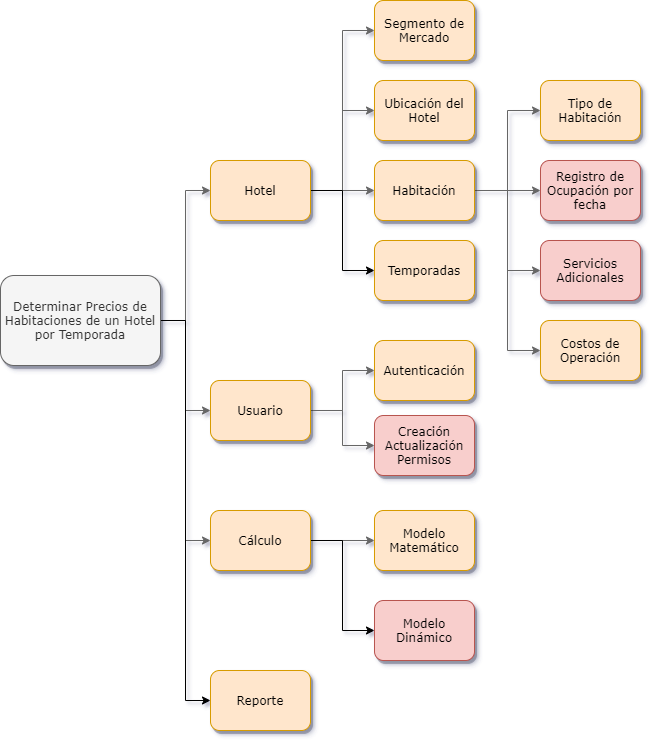
Above: Diseño/G2M2_1_sprint1.png in Mikheltodd/olinguito (draw.io), before the change. Source tidied: cells renumbered, new cells last; positions are measured from the earlier drawing's top-left corner, leaving out a move shared by most shapes.
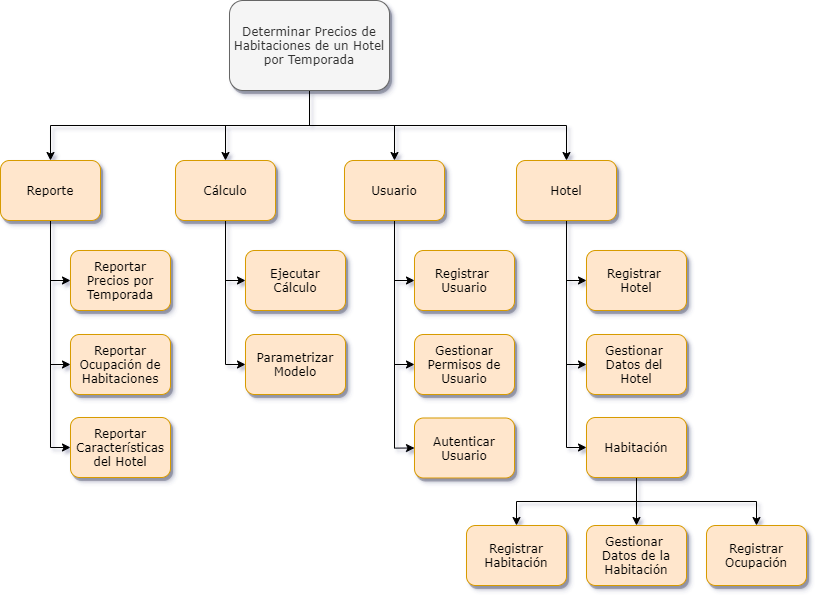
After the change.

Commit message:
Modificación Sprint 1

Modificación al árbol de descomposición funcional

The edit, as a diff of the source:
```diff
@@ -2,108 +2,116 @@
   <root>
     <mxCell id="0" />
     <mxCell id="1" parent="0" />
-    <mxCell id="2" style="edgeStyle=orthogonalEdgeStyle;rounded=0;jettySize=auto;html=1;exitX=1;exitY=0.5;exitDx=0;exitDy=0;entryX=0;entryY=0.5;entryDx=0;entryDy=0;fontFamily=Verdana;fillColor=#f5f5f5;strokeColor=#666666;" parent="1" edge="1" source="6" target="27">
+    <mxCell id="2" style="edgeStyle=orthogonalEdgeStyle;rounded=0;jettySize=auto;html=1;exitX=0.5;exitY=1;exitDx=0;exitDy=0;entryX=0.5;entryY=0;entryDx=0;entryDy=0;" parent="1" edge="1" source="6" target="31">
       <mxGeometry relative="1" as="geometry" />
     </mxCell>
-    <mxCell id="3" style="edgeStyle=orthogonalEdgeStyle;rounded=0;jettySize=auto;html=1;exitX=1;exitY=0.5;exitDx=0;exitDy=0;entryX=0;entryY=0.5;entryDx=0;entryDy=0;fontFamily=Verdana;fillColor=#f5f5f5;strokeColor=#666666;" parent="1" edge="1" source="6" target="14">
+    <mxCell id="3" style="edgeStyle=orthogonalEdgeStyle;rounded=0;jettySize=auto;html=1;exitX=0.5;exitY=1;exitDx=0;exitDy=0;entryX=0.5;entryY=0;entryDx=0;entryDy=0;" parent="1" edge="1" source="6" target="24">
       <mxGeometry relative="1" as="geometry" />
     </mxCell>
-    <mxCell id="4" style="edgeStyle=orthogonalEdgeStyle;rounded=0;jettySize=auto;html=1;exitX=1;exitY=0.5;exitDx=0;exitDy=0;entryX=0;entryY=0.5;entryDx=0;entryDy=0;fontFamily=Verdana;fillColor=#f5f5f5;strokeColor=#666666;" parent="1" edge="1" source="6" target="11">
+    <mxCell id="4" style="edgeStyle=orthogonalEdgeStyle;rounded=0;jettySize=auto;html=1;exitX=0.5;exitY=1;exitDx=0;exitDy=0;entryX=0.5;entryY=0;entryDx=0;entryDy=0;" parent="1" edge="1" source="6" target="14">
       <mxGeometry relative="1" as="geometry" />
     </mxCell>
-    <mxCell id="5" style="edgeStyle=orthogonalEdgeStyle;rounded=0;jettySize=auto;html=1;exitX=1;exitY=0.5;exitDx=0;exitDy=0;entryX=0;entryY=0.5;entryDx=0;entryDy=0;fontFamily=Verdana;" parent="1" edge="1" source="6" target="34">
+    <mxCell id="5" style="edgeStyle=orthogonalEdgeStyle;rounded=0;jettySize=auto;html=1;exitX=0.5;exitY=1;exitDx=0;exitDy=0;" parent="1" edge="1" source="6" target="10">
       <mxGeometry relative="1" as="geometry" />
     </mxCell>
     <mxCell id="6" value="Determinar Precios de Habitaciones de un Hotel por Temporada" style="rounded=1;whiteSpace=wrap;html=1;glass=0;shadow=1;fontFamily=Verdana;fillColor=#f5f5f5;strokeColor=#666666;fontColor=#333333;" parent="1" vertex="1">
-      <mxGeometry y="275" width="160" height="90" as="geometry" />
+      <mxGeometry x="220" y="-100" width="160" height="90" as="geometry" />
     </mxCell>
-    <mxCell id="7" style="edgeStyle=orthogonalEdgeStyle;rounded=0;jettySize=auto;html=1;exitX=1;exitY=0.5;exitDx=0;exitDy=0;entryX=0;entryY=0.5;entryDx=0;entryDy=0;fontFamily=Verdana;fillColor=#f5f5f5;strokeColor=#666666;" parent="1" edge="1" source="11" target="20">
+    <mxCell id="7" style="edgeStyle=orthogonalEdgeStyle;rounded=0;jettySize=auto;html=1;exitX=0.5;exitY=1;exitDx=0;exitDy=0;entryX=0;entryY=0.5;entryDx=0;entryDy=0;" parent="1" edge="1" source="10" target="21">
       <mxGeometry relative="1" as="geometry" />
     </mxCell>
-    <mxCell id="8" style="edgeStyle=orthogonalEdgeStyle;rounded=0;jettySize=auto;html=1;exitX=1;exitY=0.5;exitDx=0;exitDy=0;entryX=0;entryY=0.5;entryDx=0;entryDy=0;fontFamily=Verdana;fillColor=#f5f5f5;strokeColor=#666666;" parent="1" edge="1" source="11" target="21">
+    <mxCell id="8" style="edgeStyle=orthogonalEdgeStyle;rounded=0;jettySize=auto;html=1;exitX=0.5;exitY=1;exitDx=0;exitDy=0;entryX=0;entryY=0.5;entryDx=0;entryDy=0;" parent="1" edge="1" source="10" target="19">
       <mxGeometry relative="1" as="geometry" />
     </mxCell>
-    <mxCell id="9" style="edgeStyle=orthogonalEdgeStyle;rounded=0;jettySize=auto;html=1;exitX=1;exitY=0.5;exitDx=0;exitDy=0;entryX=0;entryY=0.5;entryDx=0;entryDy=0;fontFamily=Verdana;fillColor=#f5f5f5;strokeColor=#666666;" parent="1" edge="1" source="11" target="24">
+    <mxCell id="9" style="edgeStyle=orthogonalEdgeStyle;rounded=0;jettySize=auto;html=1;exitX=0.5;exitY=1;exitDx=0;exitDy=0;entryX=0;entryY=0.5;entryDx=0;entryDy=0;" parent="1" edge="1" source="10" target="18">
       <mxGeometry relative="1" as="geometry" />
     </mxCell>
-    <mxCell id="10" style="edgeStyle=orthogonalEdgeStyle;rounded=0;jettySize=auto;html=1;exitX=1;exitY=0.5;exitDx=0;exitDy=0;entryX=0;entryY=0.5;entryDx=0;entryDy=0;fontFamily=Verdana;" parent="1" edge="1" source="11" target="15">
-      <mxGeometry relative="1" as="geometry" />
+    <mxCell id="10" value="Hotel" style="rounded=1;whiteSpace=wrap;html=1;glass=0;shadow=1;fontFamily=Verdana;fillColor=#ffe6cc;strokeColor=#d79b00;" parent="1" vertex="1">
+      <mxGeometry x="507" y="60" width="100" height="60" as="geometry" />
     </mxCell>
-    <mxCell id="11" value="Hotel" style="rounded=1;whiteSpace=wrap;html=1;glass=0;shadow=1;fontFamily=Verdana;fillColor=#ffe6cc;strokeColor=#d79b00;" parent="1" vertex="1">
-      <mxGeometry x="210" y="160" width="100" height="60" as="geometry" />
+    <mxCell id="11" style="edgeStyle=orthogonalEdgeStyle;rounded=0;jettySize=auto;html=1;exitX=0.5;exitY=1;exitDx=0;exitDy=0;entryX=0;entryY=0.5;entryDx=0;entryDy=0;" parent="1" edge="1" source="14" target="36">
+      <mxGeometry relative="1" as="geometry" />
     </mxCell>
-    <mxCell id="12" style="edgeStyle=orthogonalEdgeStyle;rounded=0;jettySize=auto;html=1;exitX=1;exitY=0.5;exitDx=0;exitDy=0;entryX=0;entryY=0.5;entryDx=0;entryDy=0;fontFamily=Verdana;fillColor=#f5f5f5;strokeColor=#666666;" parent="1" edge="1" target="29">
-      <mxGeometry relative="1" as="geometry">
-        <mxPoint x="310" y="410" as="sourcePoint" />
-      </mxGeometry>
+    <mxCell id="12" style="edgeStyle=orthogonalEdgeStyle;rounded=0;jettySize=auto;html=1;exitX=0.5;exitY=1;exitDx=0;exitDy=0;entryX=0;entryY=0.5;entryDx=0;entryDy=0;" parent="1" edge="1" source="14" target="26">
+      <mxGeometry relative="1" as="geometry" />
     </mxCell>
-    <mxCell id="13" style="edgeStyle=orthogonalEdgeStyle;rounded=0;jettySize=auto;html=1;exitX=1;exitY=0.5;exitDx=0;exitDy=0;entryX=0;entryY=0.5;entryDx=0;entryDy=0;fontFamily=Verdana;fillColor=#f5f5f5;strokeColor=#666666;" parent="1" edge="1" target="30">
-      <mxGeometry relative="1" as="geometry">
-        <mxPoint x="310" y="410" as="sourcePoint" />
-      </mxGeometry>
+    <mxCell id="13" style="edgeStyle=orthogonalEdgeStyle;rounded=0;jettySize=auto;html=1;exitX=0.5;exitY=1;exitDx=0;exitDy=0;entryX=0;entryY=0.5;entryDx=0;entryDy=0;" parent="1" edge="1" source="14" target="35">
+      <mxGeometry relative="1" as="geometry" />
     </mxCell>
     <mxCell id="14" value="Usuario" style="rounded=1;whiteSpace=wrap;html=1;glass=0;shadow=1;fontFamily=Verdana;fillColor=#ffe6cc;strokeColor=#d79b00;" parent="1" vertex="1">
-      <mxGeometry x="210" y="380" width="100" height="60" as="geometry" />
+      <mxGeometry x="335" y="60" width="100" height="60" as="geometry" />
     </mxCell>
-    <mxCell id="15" value="Temporadas" style="rounded=1;whiteSpace=wrap;html=1;glass=0;shadow=1;fontFamily=Verdana;fillColor=#ffe6cc;strokeColor=#d79b00;" parent="1" vertex="1">
-      <mxGeometry x="374" y="240" width="100" height="60" as="geometry" />
+    <mxCell id="15" style="edgeStyle=orthogonalEdgeStyle;rounded=0;jettySize=auto;html=1;exitX=0.5;exitY=1;exitDx=0;exitDy=0;entryX=0.5;entryY=0;entryDx=0;entryDy=0;" parent="1" edge="1" source="18" target="20">
+      <mxGeometry relative="1" as="geometry" />
     </mxCell>
-    <mxCell id="16" style="edgeStyle=orthogonalEdgeStyle;rounded=0;jettySize=auto;html=1;exitX=1;exitY=0.5;exitDx=0;exitDy=0;entryX=0;entryY=0.5;entryDx=0;entryDy=0;fontFamily=Verdana;fillColor=#f5f5f5;strokeColor=#666666;" parent="1" edge="1" source="20" target="22">
+    <mxCell id="16" style="edgeStyle=orthogonalEdgeStyle;rounded=0;jettySize=auto;html=1;exitX=0.5;exitY=1;exitDx=0;exitDy=0;entryX=0.5;entryY=0;entryDx=0;entryDy=0;" parent="1" edge="1" source="18" target="27">
       <mxGeometry relative="1" as="geometry" />
     </mxCell>
-    <mxCell id="17" style="edgeStyle=orthogonalEdgeStyle;rounded=0;jettySize=auto;html=1;exitX=1;exitY=0.5;exitDx=0;exitDy=0;fontFamily=Verdana;fillColor=#f5f5f5;strokeColor=#666666;" parent="1" edge="1" source="20" target="23">
+    <mxCell id="17" style="edgeStyle=orthogonalEdgeStyle;rounded=0;jettySize=auto;html=1;exitX=0.5;exitY=1;exitDx=0;exitDy=0;entryX=0.5;entryY=0;entryDx=0;entryDy=0;" parent="1" edge="1" source="18" target="37">
       <mxGeometry relative="1" as="geometry" />
     </mxCell>
-    <mxCell id="18" style="edgeStyle=orthogonalEdgeStyle;rounded=0;jettySize=auto;html=1;exitX=1;exitY=0.5;exitDx=0;exitDy=0;entryX=0;entryY=0.5;entryDx=0;entryDy=0;fontFamily=Verdana;fillColor=#f5f5f5;strokeColor=#666666;" parent="1" edge="1" source="20" target="31">
-      <mxGeometry relative="1" as="geometry" />
+    <mxCell id="18" value="Habitación" style="rounded=1;whiteSpace=wrap;html=1;glass=0;shadow=1;fontFamily=Verdana;fillColor=#ffe6cc;strokeColor=#d79b00;" parent="1" vertex="1">
+      <mxGeometry x="577" y="317" width="100" height="60" as="geometry" />
     </mxCell>
-    <mxCell id="19" style="edgeStyle=orthogonalEdgeStyle;rounded=0;jettySize=auto;html=1;exitX=1;exitY=0.5;exitDx=0;exitDy=0;entryX=0;entryY=0.5;entryDx=0;entryDy=0;fontFamily=Verdana;fillColor=#f5f5f5;strokeColor=#666666;" parent="1" edge="1" source="20" target="32">
-      <mxGeometry relative="1" as="geometry" />
+    <mxCell id="19" value="Gestionar &lt;br&gt;Datos del &lt;br&gt;Hotel" style="rounded=1;whiteSpace=wrap;html=1;glass=0;shadow=1;fontFamily=Verdana;fillColor=#ffe6cc;strokeColor=#d79b00;" parent="1" vertex="1">
+      <mxGeometry x="577" y="234" width="100" height="60" as="geometry" />
     </mxCell>
-    <mxCell id="20" value="Habitación" style="rounded=1;whiteSpace=wrap;html=1;glass=0;shadow=1;fontFamily=Verdana;fillColor=#ffe6cc;strokeColor=#d79b00;" parent="1" vertex="1">
-      <mxGeometry x="374" y="160" width="100" height="60" as="geometry" />
+    <mxCell id="20" value="Registrar&lt;br&gt;Habitación" style="rounded=1;whiteSpace=wrap;html=1;glass=0;shadow=1;fontFamily=Verdana;fillColor=#ffe6cc;strokeColor=#d79b00;" parent="1" vertex="1">
+      <mxGeometry x="457" y="425" width="100" height="60" as="geometry" />
     </mxCell>
-    <mxCell id="21" value="Ubicación del Hotel" style="rounded=1;whiteSpace=wrap;html=1;glass=0;shadow=1;fontFamily=Verdana;fillColor=#ffe6cc;strokeColor=#d79b00;" parent="1" vertex="1">
-      <mxGeometry x="374" y="80" width="100" height="60" as="geometry" />
+    <mxCell id="21" value="Registrar &lt;br&gt;Hotel" style="rounded=1;whiteSpace=wrap;html=1;glass=0;shadow=1;fontFamily=Verdana;fillColor=#ffe6cc;strokeColor=#d79b00;" parent="1" vertex="1">
+      <mxGeometry x="577" y="150" width="100" height="60" as="geometry" />
     </mxCell>
-    <mxCell id="22" value="Tipo de Habitación" style="rounded=1;whiteSpace=wrap;html=1;glass=0;shadow=1;fontFamily=Verdana;fillColor=#ffe6cc;strokeColor=#d79b00;" parent="1" vertex="1">
-      <mxGeometry x="540" y="80" width="100" height="60" as="geometry" />
+    <mxCell id="22" style="edgeStyle=orthogonalEdgeStyle;rounded=0;jettySize=auto;html=1;exitX=0.5;exitY=1;exitDx=0;exitDy=0;entryX=0;entryY=0.5;entryDx=0;entryDy=0;" parent="1" edge="1" source="24" target="25">
+      <mxGeometry relative="1" as="geometry" />
     </mxCell>
-    <mxCell id="23" value="Registro de Ocupación por fecha" style="rounded=1;whiteSpace=wrap;html=1;glass=0;shadow=1;fontFamily=Verdana;fillColor=#f8cecc;strokeColor=#b85450;" parent="1" vertex="1">
-      <mxGeometry x="540" y="160" width="100" height="60" as="geometry" />
+    <mxCell id="23" style="edgeStyle=orthogonalEdgeStyle;rounded=0;jettySize=auto;html=1;exitX=0.5;exitY=1;exitDx=0;exitDy=0;entryX=0;entryY=0.5;entryDx=0;entryDy=0;" parent="1" edge="1" source="24" target="38">
+      <mxGeometry relative="1" as="geometry" />
     </mxCell>
-    <mxCell id="24" value="Segmento de Mercado" style="rounded=1;whiteSpace=wrap;html=1;glass=0;shadow=1;fontFamily=Verdana;fillColor=#ffe6cc;strokeColor=#d79b00;" parent="1" vertex="1">
-      <mxGeometry x="374" width="100" height="60" as="geometry" />
+    <mxCell id="24" value="Cálculo" style="rounded=1;whiteSpace=wrap;html=1;glass=0;shadow=1;fontFamily=Verdana;fillColor=#ffe6cc;strokeColor=#d79b00;" parent="1" vertex="1">
+      <mxGeometry x="166" y="60" width="100" height="60" as="geometry" />
     </mxCell>
-    <mxCell id="25" style="edgeStyle=orthogonalEdgeStyle;rounded=0;jettySize=auto;html=1;exitX=1;exitY=0.5;exitDx=0;exitDy=0;entryX=0;entryY=0.5;entryDx=0;entryDy=0;fontFamily=Verdana;fillColor=#f5f5f5;strokeColor=#666666;" parent="1" edge="1" source="27" target="28">
-      <mxGeometry relative="1" as="geometry" />
+    <mxCell id="25" value="Ejecutar&lt;br&gt;Cálculo" style="rounded=1;whiteSpace=wrap;html=1;glass=0;shadow=1;fontFamily=Verdana;fillColor=#ffe6cc;strokeColor=#d79b00;" parent="1" vertex="1">
+      <mxGeometry x="236" y="150" width="100" height="60" as="geometry" />
     </mxCell>
-    <mxCell id="26" style="edgeStyle=orthogonalEdgeStyle;rounded=0;jettySize=auto;html=1;exitX=1;exitY=0.5;exitDx=0;exitDy=0;entryX=0;entryY=0.5;entryDx=0;entryDy=0;fontFamily=Verdana;" parent="1" edge="1" source="27" target="33">
-      <mxGeometry relative="1" as="geometry" />
+    <mxCell id="26" value="Gestionar Permisos de Usuario" style="rounded=1;whiteSpace=wrap;html=1;glass=0;shadow=1;fontFamily=Verdana;fillColor=#ffe6cc;strokeColor=#d79b00;" parent="1" vertex="1">
+      <mxGeometry x="405" y="234" width="100" height="60" as="geometry" />
     </mxCell>
-    <mxCell id="27" value="Cálculo" style="rounded=1;whiteSpace=wrap;html=1;glass=0;shadow=1;fontFamily=Verdana;fillColor=#ffe6cc;strokeColor=#d79b00;" parent="1" vertex="1">
-      <mxGeometry x="210" y="510" width="100" height="60" as="geometry" />
+    <mxCell id="27" value="Gestionar &lt;br&gt;Datos de la Habitación" style="rounded=1;whiteSpace=wrap;html=1;glass=0;shadow=1;fontFamily=Verdana;fillColor=#ffe6cc;strokeColor=#d79b00;" parent="1" vertex="1">
+      <mxGeometry x="577" y="425" width="100" height="60" as="geometry" />
     </mxCell>
-    <mxCell id="28" value="Modelo Matemático" style="rounded=1;whiteSpace=wrap;html=1;glass=0;shadow=1;fontFamily=Verdana;fillColor=#ffe6cc;strokeColor=#d79b00;" parent="1" vertex="1">
-      <mxGeometry x="374" y="510" width="100" height="60" as="geometry" />
+    <mxCell id="28" style="edgeStyle=orthogonalEdgeStyle;rounded=0;jettySize=auto;html=1;exitX=0.5;exitY=1;exitDx=0;exitDy=0;entryX=0;entryY=0.5;entryDx=0;entryDy=0;" parent="1" edge="1" source="31" target="32">
+      <mxGeometry relative="1" as="geometry" />
     </mxCell>
-    <mxCell id="29" value="Autenticación" style="rounded=1;whiteSpace=wrap;html=1;glass=0;shadow=1;fontFamily=Verdana;fillColor=#ffe6cc;strokeColor=#d79b00;" parent="1" vertex="1">
-      <mxGeometry x="374" y="340" width="100" height="60" as="geometry" />
+    <mxCell id="29" style="edgeStyle=orthogonalEdgeStyle;rounded=0;jettySize=auto;html=1;exitX=0.5;exitY=1;exitDx=0;exitDy=0;entryX=0;entryY=0.5;entryDx=0;entryDy=0;" parent="1" edge="1" source="31" target="33">
+      <mxGeometry relative="1" as="geometry" />
     </mxCell>
-    <mxCell id="30" value="Creación&lt;br&gt;Actualización Permisos" style="rounded=1;whiteSpace=wrap;html=1;glass=0;shadow=1;fontFamily=Verdana;fillColor=#f8cecc;strokeColor=#b85450;" parent="1" vertex="1">
-      <mxGeometry x="374" y="415" width="100" height="60" as="geometry" />
+    <mxCell id="30" style="edgeStyle=orthogonalEdgeStyle;rounded=0;jettySize=auto;html=1;exitX=0.5;exitY=1;exitDx=0;exitDy=0;entryX=0;entryY=0.5;entryDx=0;entryDy=0;" parent="1" edge="1" source="31" target="34">
+      <mxGeometry relative="1" as="geometry" />
     </mxCell>
-    <mxCell id="31" value="Servicios&lt;br&gt;Adicionales" style="rounded=1;whiteSpace=wrap;html=1;glass=0;shadow=1;fontFamily=Verdana;fillColor=#f8cecc;strokeColor=#b85450;" parent="1" vertex="1">
-      <mxGeometry x="540" y="240" width="100" height="60" as="geometry" />
+    <mxCell id="31" value="Reporte" style="rounded=1;whiteSpace=wrap;html=1;glass=0;shadow=1;fontFamily=Verdana;fillColor=#ffe6cc;strokeColor=#d79b00;" parent="1" vertex="1">
+      <mxGeometry x="-9" y="60" width="100" height="60" as="geometry" />
     </mxCell>
-    <mxCell id="32" value="Costos de Operación" style="rounded=1;whiteSpace=wrap;html=1;glass=0;shadow=1;fontFamily=Verdana;fillColor=#ffe6cc;strokeColor=#d79b00;" parent="1" vertex="1">
-      <mxGeometry x="540" y="320" width="100" height="60" as="geometry" />
+    <mxCell id="32" value="Reportar Precios por Temporada" style="rounded=1;whiteSpace=wrap;html=1;glass=0;shadow=1;fontFamily=Verdana;fillColor=#ffe6cc;strokeColor=#d79b00;" parent="1" vertex="1">
+      <mxGeometry x="61" y="150" width="100" height="60" as="geometry" />
     </mxCell>
-    <mxCell id="33" value="Modelo Dinámico" style="rounded=1;whiteSpace=wrap;html=1;glass=0;shadow=1;fontFamily=Verdana;fillColor=#f8cecc;strokeColor=#b85450;" parent="1" vertex="1">
-      <mxGeometry x="374" y="600" width="100" height="60" as="geometry" />
+    <mxCell id="33" value="Reportar Ocupación de Habitaciones" style="rounded=1;whiteSpace=wrap;html=1;glass=0;shadow=1;fontFamily=Verdana;fillColor=#ffe6cc;strokeColor=#d79b00;" parent="1" vertex="1">
+      <mxGeometry x="61" y="234" width="100" height="60" as="geometry" />
     </mxCell>
-    <mxCell id="34" value="Reporte" style="rounded=1;whiteSpace=wrap;html=1;glass=0;shadow=1;fontFamily=Verdana;fillColor=#ffe6cc;strokeColor=#d79b00;" parent="1" vertex="1">
-      <mxGeometry x="210" y="670" width="100" height="60" as="geometry" />
+    <mxCell id="34" value="Reportar Características del Hotel" style="rounded=1;whiteSpace=wrap;html=1;glass=0;shadow=1;fontFamily=Verdana;fillColor=#ffe6cc;strokeColor=#d79b00;" parent="1" vertex="1">
+      <mxGeometry x="61" y="317" width="100" height="60" as="geometry" />
     </mxCell>
+    <mxCell id="35" value="Autenticar Usuario" style="rounded=1;whiteSpace=wrap;html=1;glass=0;shadow=1;fontFamily=Verdana;fillColor=#ffe6cc;strokeColor=#d79b00;" parent="1" vertex="1">
+      <mxGeometry x="405" y="317.5" width="100" height="60" as="geometry" />
+    </mxCell>
+    <mxCell id="36" value="Registrar&amp;nbsp; Usuario" style="rounded=1;whiteSpace=wrap;html=1;glass=0;shadow=1;fontFamily=Verdana;fillColor=#ffe6cc;strokeColor=#d79b00;" parent="1" vertex="1">
+      <mxGeometry x="405" y="150" width="100" height="60" as="geometry" />
+    </mxCell>
+    <mxCell id="37" value="Registrar Ocupación" style="rounded=1;whiteSpace=wrap;html=1;glass=0;shadow=1;fontFamily=Verdana;fillColor=#ffe6cc;strokeColor=#d79b00;" parent="1" vertex="1">
+      <mxGeometry x="697" y="425" width="100" height="60" as="geometry" />
+    </mxCell>
+    <mxCell id="38" value="Parametrizar Modelo" style="rounded=1;whiteSpace=wrap;html=1;glass=0;shadow=1;fontFamily=Verdana;fillColor=#ffe6cc;strokeColor=#d79b00;" parent="1" vertex="1">
+      <mxGeometry x="236" y="234" width="100" height="60" as="geometry" />
+    </mxCell>
   </root>
 </mxGraphModel>
```
